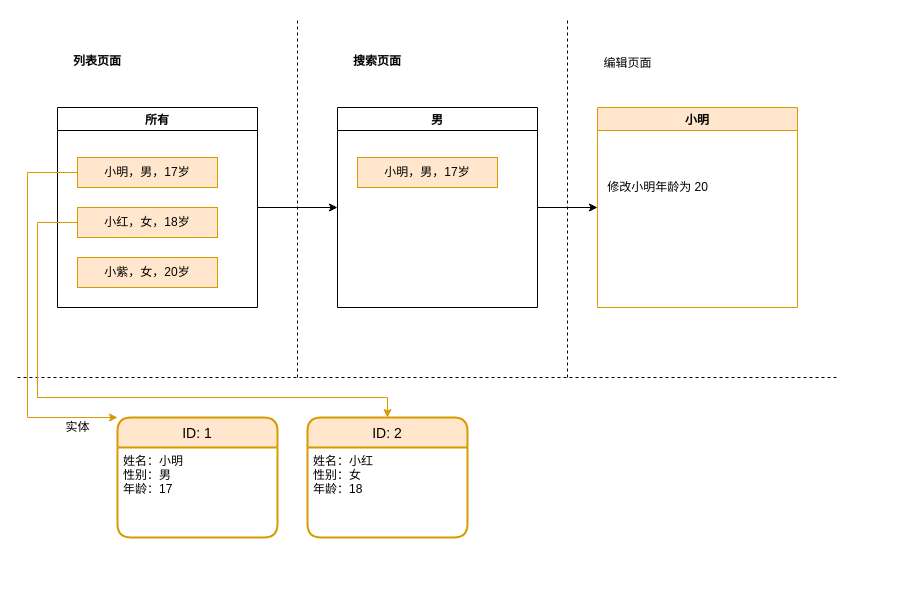
The draw.io diagram Untitled Diagram.drawio in clevok/static, before the edit. Source tidied: cells renumbered, new cells numbered last; positions are measured from the earlier drawing's top-left corner, leaving out a move shared by most shapes. Both pictures are drawn from the tidied source at 100%, with x=0, y=0 at pixel (17, 17).
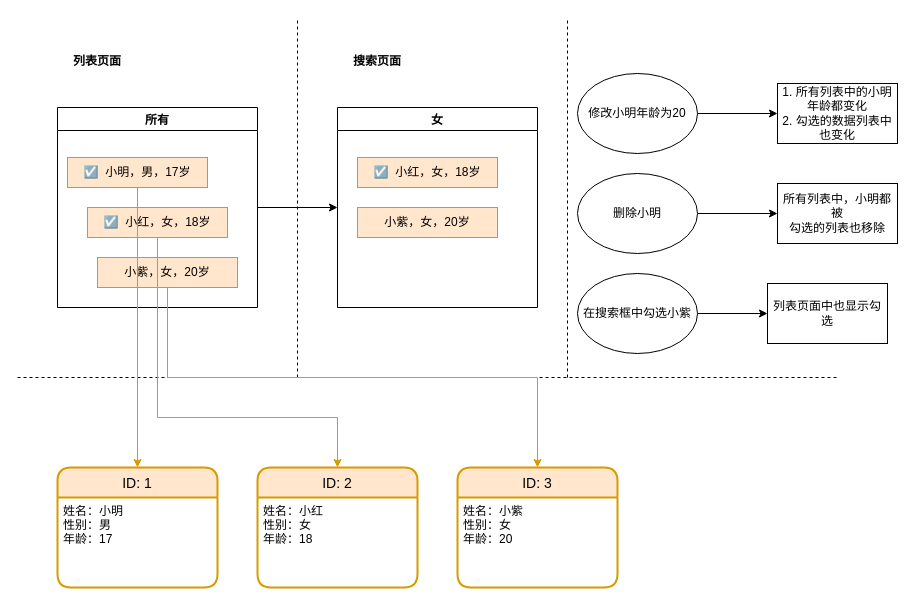
After the change.

The change refers to these unchanged cells:
```xml
<mxCell id="3" value="所有" style="swimlane;" parent="1" vertex="1">
  <mxGeometry x="40" y="90" width="200" height="200" as="geometry" />
</mxCell>
```

The edit, as a diff of the source:
```diff
@@
-    <mxCell id="4" value="小明，男，17岁" style="whiteSpace=wrap;html=1;fillColor=#ffe6cc;strokeColor=#d79b00;" parent="3" vertex="1">
-      <mxGeometry x="20" y="50" width="140" height="30" as="geometry" />
+    <mxCell id="4" value="☑️&amp;nbsp; 小明，男，17岁" style="whiteSpace=wrap;html=1;fillColor=#ffe6cc;strokeColor=#d79b00;" parent="3" vertex="1">
+      <mxGeometry x="10" y="50" width="140" height="30" as="geometry" />
     </mxCell>
-    <mxCell id="5" value="小红，女，18岁" style="whiteSpace=wrap;html=1;fillColor=#ffe6cc;strokeColor=#d79b00;" parent="3" vertex="1">
-      <mxGeometry x="20" y="100" width="140" height="30" as="geometry" />
+    <mxCell id="5" value="☑️&amp;nbsp; 小红，女，18岁" style="whiteSpace=wrap;html=1;fillColor=#ffe6cc;strokeColor=#d79b00;" parent="3" vertex="1">
+      <mxGeometry x="30" y="100" width="140" height="30" as="geometry" />
     </mxCell>
     <mxCell id="6" value="小紫，女，20岁" style="whiteSpace=wrap;html=1;fillColor=#ffe6cc;strokeColor=#d79b00;" parent="3" vertex="1">
-      <mxGeometry x="20" y="150" width="140" height="30" as="geometry" />
+      <mxGeometry x="40" y="150" width="140" height="30" as="geometry" />
     </mxCell>
-    <mxCell id="7" style="edgeStyle=orthogonalEdgeStyle;rounded=0;jettySize=auto;html=1;entryX=0;entryY=0.5;entryDx=0;entryDy=0;" parent="1" edge="1" source="8" target="13">
-      <mxGeometry relative="1" as="geometry" />
-    </mxCell>
-    <mxCell id="8" value="男" style="swimlane;startSize=23;" parent="1" vertex="1">
+    <mxCell id="8" value="女" style="swimlane;startSize=23;" parent="1" vertex="1">
       <mxGeometry x="320" y="90" width="200" height="200" as="geometry" />
     </mxCell>
-    <mxCell id="9" value="小明，男，17岁" style="whiteSpace=wrap;html=1;fillColor=#ffe6cc;strokeColor=#d79b00;" parent="8" vertex="1">
+    <mxCell id="9" value="☑️&amp;nbsp; 小红，女，18岁" style="whiteSpace=wrap;html=1;fillColor=#ffe6cc;strokeColor=#d79b00;" parent="8" vertex="1">
       <mxGeometry x="20" y="50" width="140" height="30" as="geometry" />
     </mxCell>
+    <mxCell id="25" value="小紫，女，20岁" style="whiteSpace=wrap;html=1;fillColor=#ffe6cc;strokeColor=#d79b00;" parent="8" vertex="1">
+      <mxGeometry x="20" y="100" width="140" height="30" as="geometry" />
+    </mxCell>
@@
-    <mxCell id="13" value="小明" style="swimlane;startSize=23;fillColor=#ffe6cc;strokeColor=#d79b00;" parent="1" vertex="1">
-      <mxGeometry x="580" y="90" width="200" height="200" as="geometry" />
-    </mxCell>
-    <mxCell id="14" value="修改小明年龄为 20" style="text;html=1;align=center;verticalAlign=middle;strokeColor=none;fillColor=none;" parent="1" vertex="1">
-      <mxGeometry x="580" y="160" width="120" height="20" as="geometry" />
-    </mxCell>
@@
-    <mxCell id="16" value="编辑页面" style="text;html=1;align=center;verticalAlign=middle;strokeColor=none;fillColor=none;" parent="1" vertex="1">
-      <mxGeometry x="580" y="36" width="60" height="20" as="geometry" />
-    </mxCell>
@@
     <mxCell id="18" value="ID: 1" style="swimlane;horizontal=1;startSize=30;rounded=1;fontSize=14;fontStyle=0;strokeWidth=2;shadow=0;dashed=0;align=center;fillColor=#ffe6cc;strokeColor=#d79b00;" parent="1" vertex="1">
-      <mxGeometry x="100" y="400" width="160" height="120" as="geometry" />
+      <mxGeometry x="40" y="450" width="160" height="120" as="geometry" />
     </mxCell>
@@
     <mxCell id="20" value="ID: 2" style="swimlane;horizontal=1;startSize=30;rounded=1;fontSize=14;fontStyle=0;strokeWidth=2;shadow=0;dashed=0;align=center;fillColor=#ffe6cc;strokeColor=#d79b00;" parent="1" vertex="1">
-      <mxGeometry x="290" y="400" width="160" height="120" as="geometry" />
+      <mxGeometry x="240" y="450" width="160" height="120" as="geometry" />
     </mxCell>
@@
-    <mxCell id="22" value="实体" style="text;html=1;align=center;verticalAlign=middle;strokeColor=none;fillColor=none;" parent="1" vertex="1">
-      <mxGeometry x="40" y="400" width="40" height="20" as="geometry" />
-    </mxCell>
+    <mxCell id="26" value="ID: 3" style="swimlane;horizontal=1;startSize=30;rounded=1;fontSize=14;fontStyle=0;strokeWidth=2;shadow=0;dashed=0;align=center;fillColor=#ffe6cc;strokeColor=#d79b00;" parent="1" vertex="1">
+      <mxGeometry x="440" y="450" width="160" height="120" as="geometry" />
+    </mxCell>
+    <mxCell id="27" value="姓名：小紫&#10;性别：女&#10;年龄：20" style="align=left;strokeColor=none;fillColor=none;spacingLeft=4;fontSize=12;verticalAlign=top;" parent="26" vertex="1">
+      <mxGeometry y="30" width="160" height="90" as="geometry" />
+    </mxCell>
+    <mxCell id="28" style="edgeStyle=orthogonalEdgeStyle;rounded=0;jettySize=auto;html=1;exitX=0.5;exitY=1;exitDx=0;exitDy=0;entryX=0.5;entryY=0;entryDx=0;entryDy=0;fillColor=#ffe6cc;strokeColor=#d79b00;" parent="1" edge="1" source="6" target="26">
+      <mxGeometry relative="1" as="geometry" />
+    </mxCell>
+    <mxCell id="24" style="edgeStyle=orthogonalEdgeStyle;rounded=0;jettySize=auto;html=1;exitX=0.5;exitY=1;exitDx=0;exitDy=0;entryX=0.5;entryY=0;entryDx=0;entryDy=0;fillColor=#ffe6cc;strokeColor=#d79b00;" parent="1" edge="1" source="4" target="18">
+      <mxGeometry relative="1" as="geometry" />
+    </mxCell>
-    <mxCell id="23" style="edgeStyle=orthogonalEdgeStyle;rounded=0;jettySize=auto;html=1;exitX=0;exitY=0.5;exitDx=0;exitDy=0;fillColor=#ffe6cc;strokeColor=#d79b00;" parent="1" edge="1" source="5" target="20">
+    <mxCell id="23" style="edgeStyle=orthogonalEdgeStyle;rounded=0;jettySize=auto;html=1;exitX=0.5;exitY=1;exitDx=0;exitDy=0;entryX=0.5;entryY=0;entryDx=0;entryDy=0;fillColor=#ffe6cc;strokeColor=#d79b00;" parent="1" edge="1" source="5" target="20">
       <mxGeometry relative="1" as="geometry">
         <Array as="points">
-          <mxPoint x="20" y="205" />
-          <mxPoint x="20" y="380" />
-          <mxPoint x="370" y="380" />
+          <mxPoint x="140" y="400" />
+          <mxPoint x="320" y="400" />
         </Array>
       </mxGeometry>
     </mxCell>
-    <mxCell id="24" style="edgeStyle=orthogonalEdgeStyle;rounded=0;jettySize=auto;html=1;exitX=0;exitY=0.5;exitDx=0;exitDy=0;entryX=0;entryY=0;entryDx=0;entryDy=0;fillColor=#ffe6cc;strokeColor=#d79b00;" parent="1" edge="1" source="4" target="18">
-      <mxGeometry relative="1" as="geometry">
-        <Array as="points">
-          <mxPoint x="10" y="155" />
-          <mxPoint x="10" y="400" />
-        </Array>
-      </mxGeometry>
-    </mxCell>
+    <mxCell id="29" style="edgeStyle=orthogonalEdgeStyle;rounded=0;jettySize=auto;html=1;" parent="1" edge="1" source="30" target="33">
+      <mxGeometry relative="1" as="geometry" />
+    </mxCell>
+    <mxCell id="30" value="修改小明年龄为20" style="ellipse;whiteSpace=wrap;html=1;" parent="1" vertex="1">
+      <mxGeometry x="560" y="56" width="120" height="80" as="geometry" />
+    </mxCell>
+    <mxCell id="31" style="edgeStyle=orthogonalEdgeStyle;rounded=0;jettySize=auto;html=1;" parent="1" edge="1" source="32" target="34">
+      <mxGeometry relative="1" as="geometry" />
+    </mxCell>
+    <mxCell id="32" value="删除小明" style="ellipse;whiteSpace=wrap;html=1;" parent="1" vertex="1">
+      <mxGeometry x="560" y="156" width="120" height="80" as="geometry" />
+    </mxCell>
+    <mxCell id="33" value="1. 所有列表中的小明年龄都变化&lt;br&gt;2. 勾选的数据列表中也变化" style="whiteSpace=wrap;html=1;" parent="1" vertex="1">
+      <mxGeometry x="760" y="66" width="120" height="60" as="geometry" />
+    </mxCell>
+    <mxCell id="34" value="所有列表中，小明都被&lt;br&gt;勾选的列表也移除" style="whiteSpace=wrap;html=1;" parent="1" vertex="1">
+      <mxGeometry x="760" y="166" width="120" height="60" as="geometry" />
+    </mxCell>
+    <mxCell id="35" style="edgeStyle=orthogonalEdgeStyle;rounded=0;jettySize=auto;html=1;" parent="1" edge="1" source="36" target="37">
+      <mxGeometry relative="1" as="geometry" />
+    </mxCell>
+    <mxCell id="36" value="在搜索框中勾选小紫" style="ellipse;whiteSpace=wrap;html=1;" parent="1" vertex="1">
+      <mxGeometry x="560" y="256" width="120" height="80" as="geometry" />
+    </mxCell>
+    <mxCell id="37" value="&lt;span&gt;列表页面中也显示勾选&lt;/span&gt;" style="whiteSpace=wrap;html=1;" parent="1" vertex="1">
+      <mxGeometry x="750" y="266" width="120" height="60" as="geometry" />
+    </mxCell>
```
